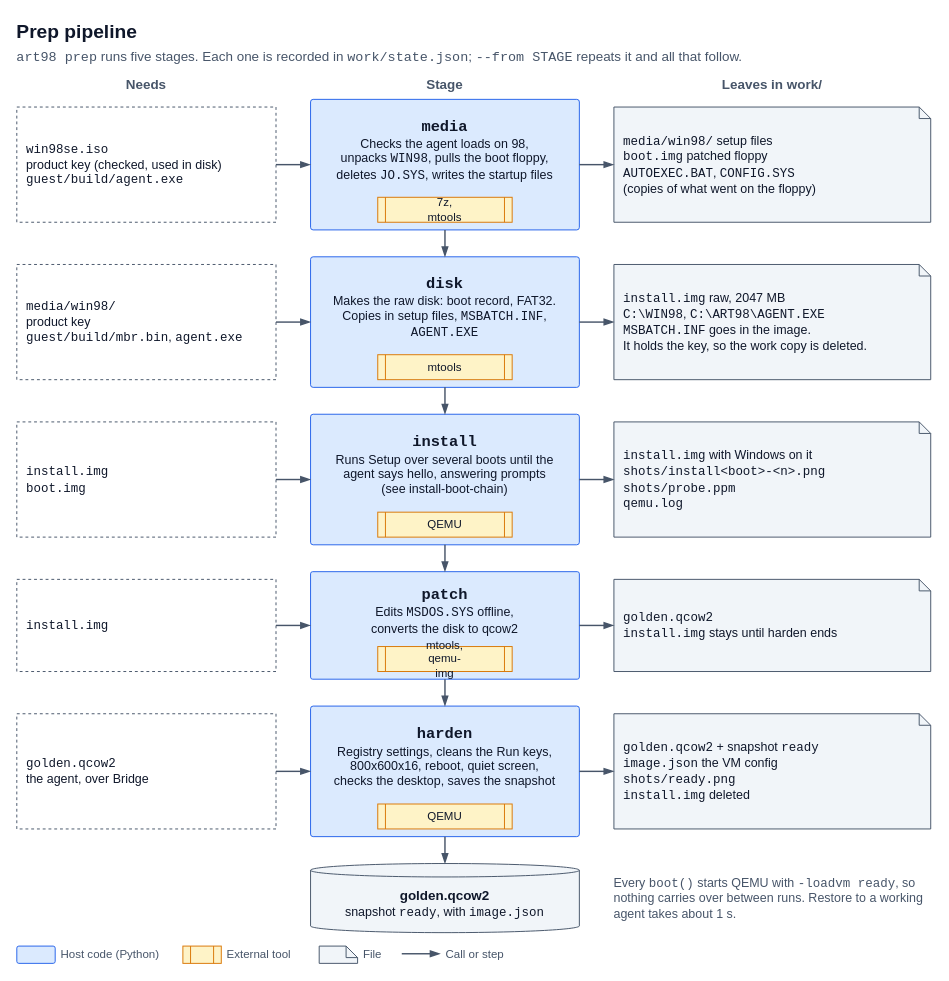
Earlier version of the draw.io diagram docs/diagrams/prep-pipeline.drawio (StanLukuvka/98artware). Source tidied: cells renumbered, new cells numbered last; positions are measured from the earlier drawing's top-left corner, leaving out a move shared by most shapes. Both pictures are drawn from the tidied source at 96%, with x=0, y=0 at pixel (16, 16).
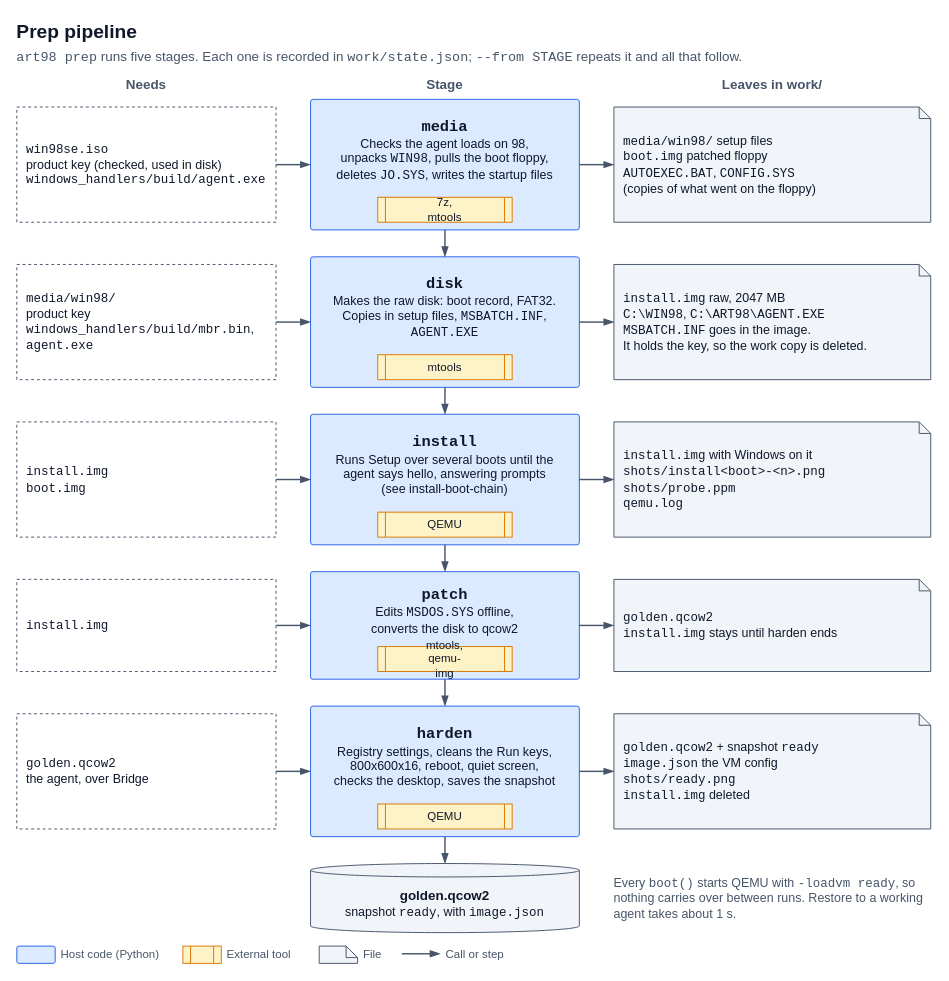
Above is the later version.

The edit, as a diff of the source:
```diff
@@
-    <mxCell id="7" value="&lt;font face=&quot;Courier New&quot;&gt;win98se.iso&lt;/font&gt;&lt;br&gt;product key (checked, used in disk)&lt;br&gt;&lt;font face=&quot;Courier New&quot;&gt;guest/build/agent.exe&lt;/font&gt;" style="rounded=0;fillColor=#FFFFFF;strokeColor=#475569;dashed=1;whiteSpace=wrap;html=1;fontFamily=Helvetica;fontSize=13;fontColor=#0F172A;align=left;verticalAlign=middle;spacingLeft=8;spacingRight=8;" parent="1" vertex="1">
+    <mxCell id="7" value="&lt;font face=&quot;Courier New&quot;&gt;win98se.iso&lt;/font&gt;&lt;br&gt;product key (checked, used in disk)&lt;br&gt;&lt;font face=&quot;Courier New&quot;&gt;windows_handlers/build/agent.exe&lt;/font&gt;" style="rounded=0;fillColor=#FFFFFF;strokeColor=#475569;dashed=1;whiteSpace=wrap;html=1;fontFamily=Helvetica;fontSize=13;fontColor=#0F172A;align=left;verticalAlign=middle;spacingLeft=8;spacingRight=8;" parent="1" vertex="1">
       <mxGeometry y="94" width="270" height="120" as="geometry" />
     </mxCell>
@@
-    <mxCell id="14" value="&lt;font face=&quot;Courier New&quot;&gt;media/win98/&lt;/font&gt;&lt;br&gt;product key&lt;br&gt;&lt;font face=&quot;Courier New&quot;&gt;guest/build/mbr.bin&lt;/font&gt;, &lt;font face=&quot;Courier New&quot;&gt;agent.exe&lt;/font&gt;" style="rounded=0;fillColor=#FFFFFF;strokeColor=#475569;dashed=1;whiteSpace=wrap;html=1;fontFamily=Helvetica;fontSize=13;fontColor=#0F172A;align=left;verticalAlign=middle;spacingLeft=8;spacingRight=8;" parent="1" vertex="1">
+    <mxCell id="14" value="&lt;font face=&quot;Courier New&quot;&gt;media/win98/&lt;/font&gt;&lt;br&gt;product key&lt;br&gt;&lt;font face=&quot;Courier New&quot;&gt;windows_handlers/build/mbr.bin&lt;/font&gt;, &lt;font face=&quot;Courier New&quot;&gt;agent.exe&lt;/font&gt;" style="rounded=0;fillColor=#FFFFFF;strokeColor=#475569;dashed=1;whiteSpace=wrap;html=1;fontFamily=Helvetica;fontSize=13;fontColor=#0F172A;align=left;verticalAlign=middle;spacingLeft=8;spacingRight=8;" parent="1" vertex="1">
       <mxGeometry y="258" width="270" height="120" as="geometry" />
     </mxCell>
```
